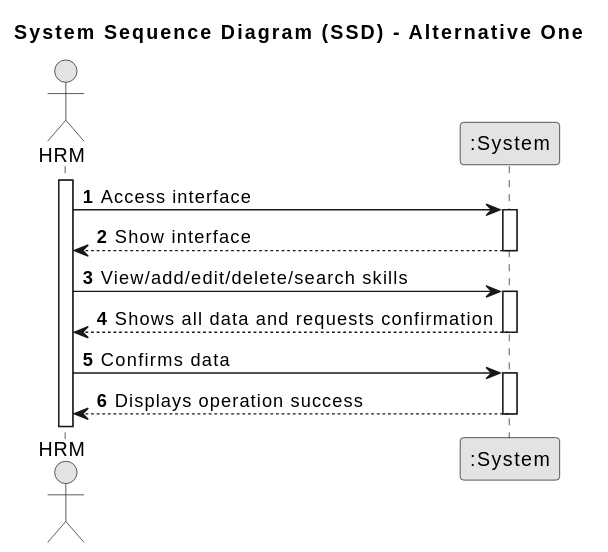
This is docs/sprintA/us001/01.requirements-engineering/svg/us001-system-sequence-diagram-alternative-one.svg from SAEmanuel/Green_Spaces_Management_ISEP, a PlantUML export, as it was before one commit. Its diagram source:
```plantuml
@startuml
skinparam monochrome true
skinparam packageStyle rectangle
skinparam shadowing false

title System Sequence Diagram (SSD) - Alternative One

autonumber

actor "HRM" as Employee
participant ":System" as System


activate Employee

    Employee -> System : Access interface
    activate System

        System --> Employee : Show interface
    deactivate System

    Employee -> System : View/add/edit/delete/search skills

    activate System

        System --> Employee : Shows all data and requests confirmation
    deactivate System

    Employee -> System : Confirms data
    activate System

        System --> Employee : Displays operation success
    deactivate System
@enduml
```
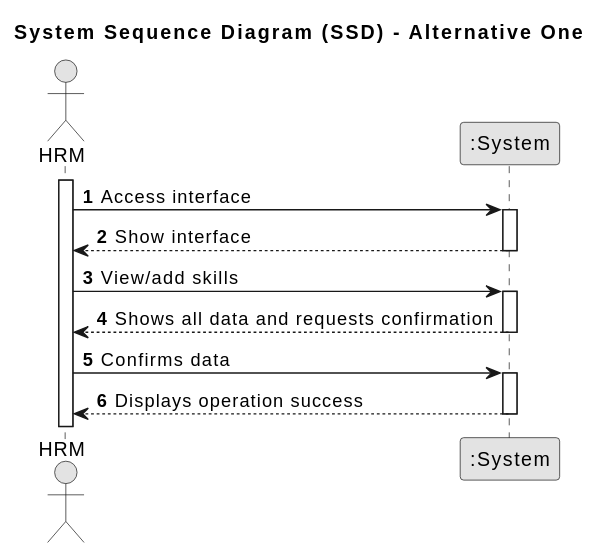
Later version of the same file.

Change to the diagram source:
```diff
@@ -19,7 +19,7 @@
         System --> Employee : Show interface
     deactivate System
 
-    Employee -> System : View/add/edit/delete/search skills
+    Employee -> System : View/add skills
 
     activate System
 
```
